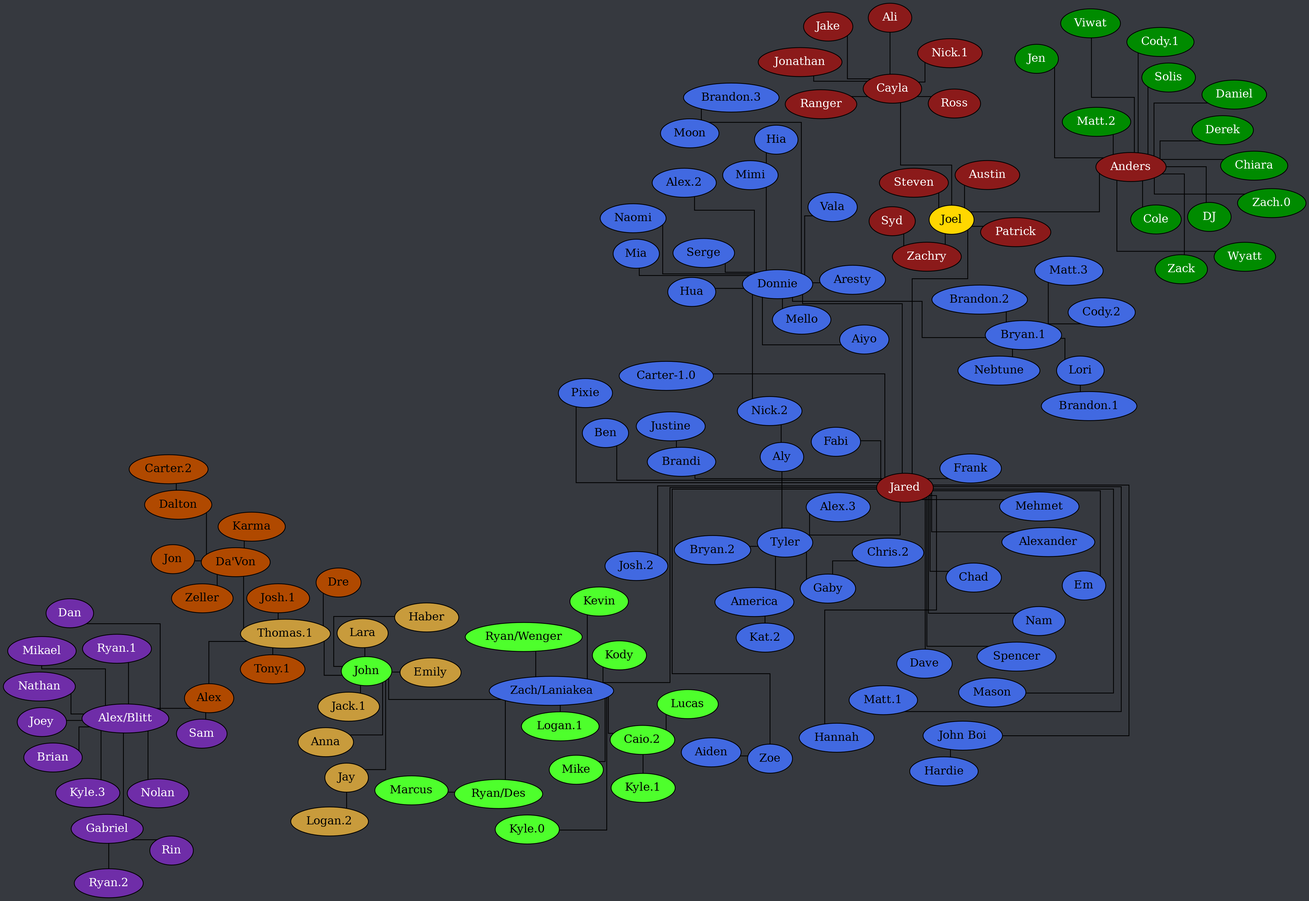
Documidas/CoronaCatzFamilyTree keeps this Graphviz diagram as tree.png. Above is the earlier version. Its source is kept beside it as tree.dot.
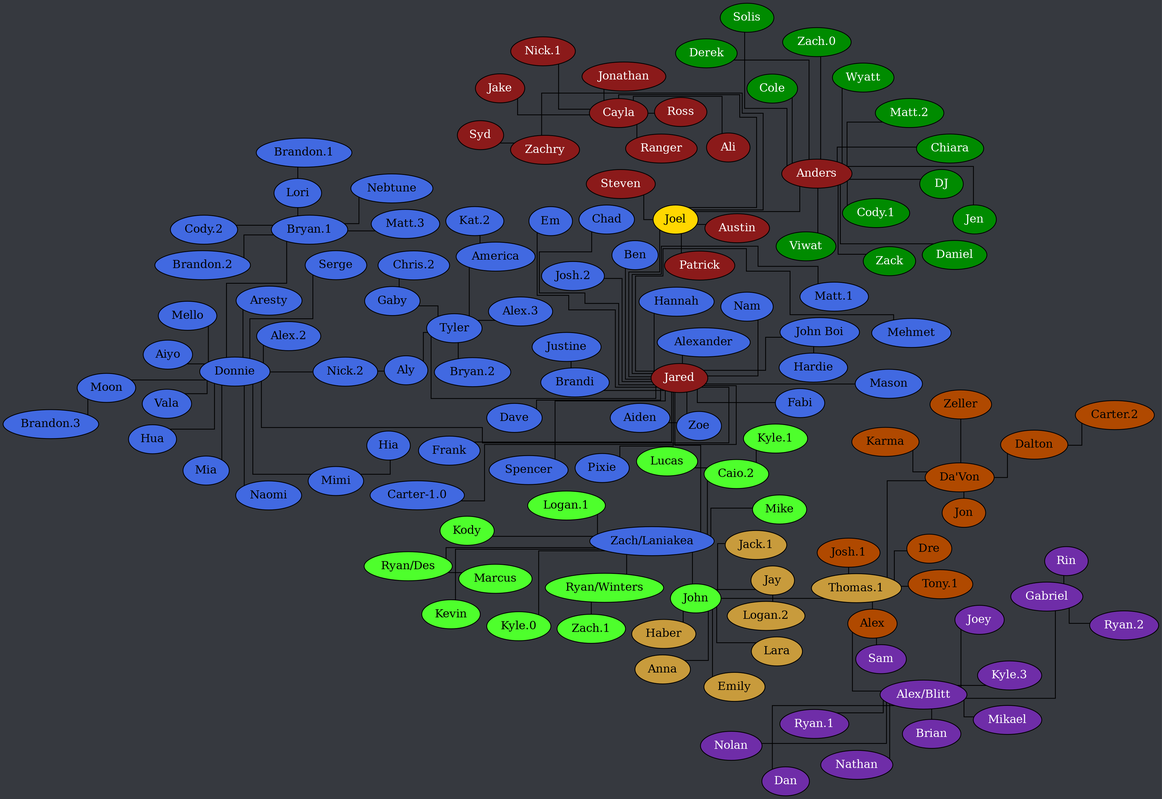
The same file after the commit.

The edit, as a diff of the source:
```diff
@@ -122,7 +122,8 @@
 		"Zach/Laniakea" -- "Kyle.0";
 		"Zach/Laniakea" -- Mike;
 		"Zach/Laniakea" -- "Ryan/Des";
-		"Zach/Laniakea" -- "Ryan/Wenger";
+		"Zach/Laniakea" -- "Ryan/Winters";
+		"Ryan/Winters" -- "Zach.1";
 	}
 
 	subgraph "John" {
```
